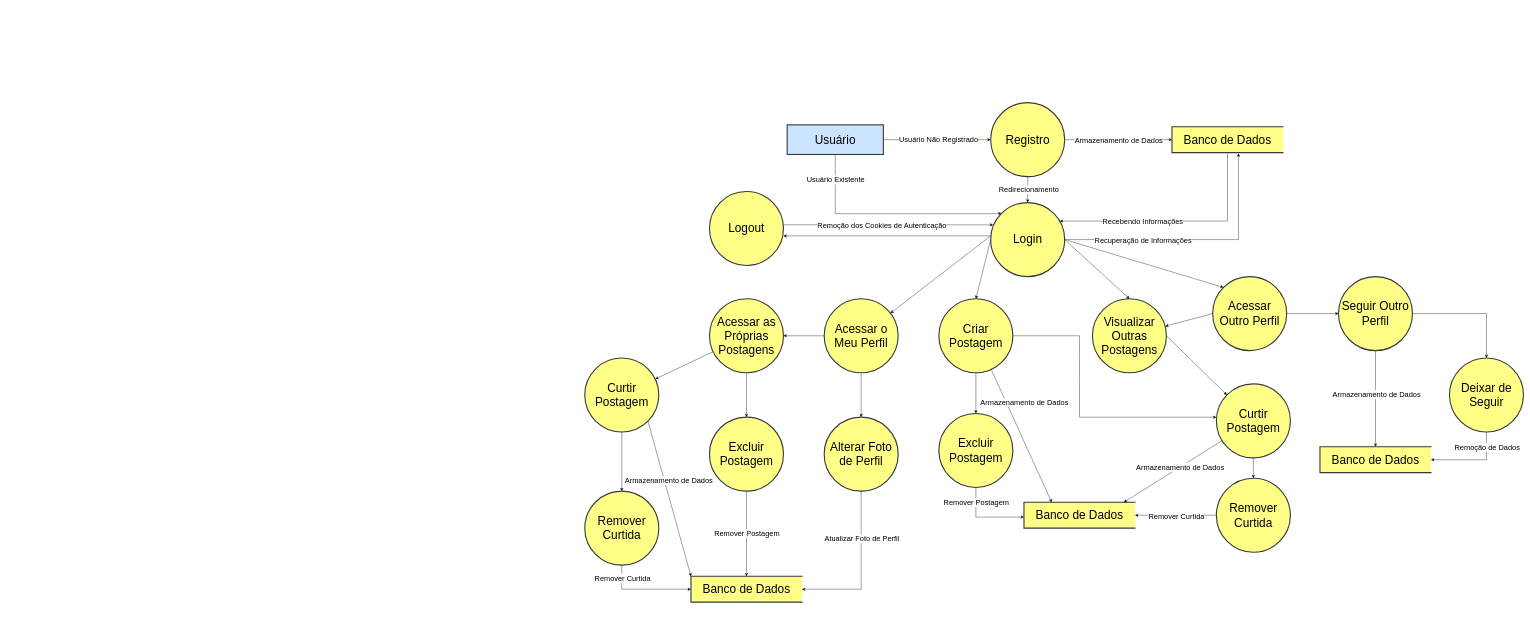
Earlier version of the draw.io diagram misc/diagramas/Diagrama de Fluxo de Dados.drawio (VerbalThree/OpenVoice). Source tidied: cells renumbered, new cells numbered last; positions are measured from the earlier drawing's top-left corner, leaving out a move shared by most shapes. Both pictures are drawn from the tidied source at 37%, with x=0, y=0 at pixel (6, 6).
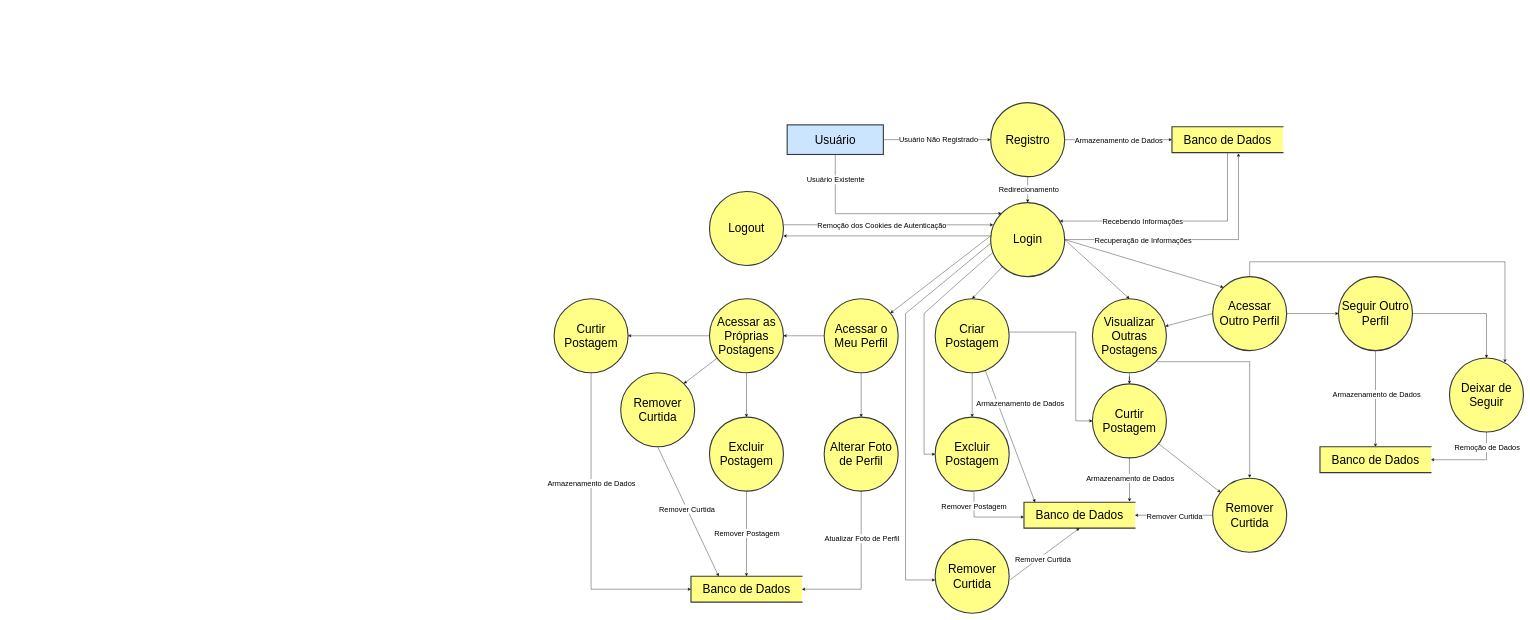
Above is the later version.

Unchanged cells that the change refers to:
```xml
<mxCell id="18" value="&lt;font style=&quot;font-size: 32px;&quot;&gt;Login&lt;br&gt;&lt;/font&gt;" style="ellipse;whiteSpace=wrap;html=1;strokeWidth=3;fillColor=#ffff88;strokeColor=#36393d;" parent="1" vertex="1">
  <mxGeometry x="2660" y="530" width="200" height="200" as="geometry" />
</mxCell>
<mxCell id="21" value="&lt;font style=&quot;font-size: 32px;&quot;&gt;Visualizar Outras Postagens &lt;br&gt;&lt;/font&gt;" style="ellipse;whiteSpace=wrap;html=1;strokeWidth=3;fillColor=#ffff88;strokeColor=#36393d;" parent="1" vertex="1">
  <mxGeometry x="2935" y="790" width="200" height="200" as="geometry" />
</mxCell>
<mxCell id="28" value="&lt;font style=&quot;font-size: 32px;&quot;&gt;Banco de Dados&lt;br&gt;&lt;/font&gt;" style="html=1;dashed=0;whiteSpace=wrap;shape=partialRectangle;right=0;strokeWidth=3;fillColor=#ffff88;strokeColor=#36393d;" parent="1" vertex="1">
  <mxGeometry x="2750" y="1340" width="300" height="70" as="geometry" />
</mxCell>
<mxCell id="40" value="&lt;font style=&quot;font-size: 32px;&quot;&gt;Acessar Outro Perfil&lt;br&gt;&lt;/font&gt;" style="ellipse;whiteSpace=wrap;html=1;strokeWidth=3;fillColor=#ffff88;strokeColor=#36393d;" parent="1" vertex="1">
  <mxGeometry x="3260" y="730" width="200" height="200" as="geometry" />
</mxCell>
<mxCell id="46" value="&lt;font style=&quot;font-size: 32px;&quot;&gt;Deixar de Seguir&lt;br&gt;&lt;/font&gt;" style="ellipse;whiteSpace=wrap;html=1;strokeWidth=3;fillColor=#ffff88;strokeColor=#36393d;" parent="1" vertex="1">
  <mxGeometry x="3900" y="950" width="200" height="200" as="geometry" />
</mxCell>
<mxCell id="56" value="&lt;font style=&quot;font-size: 32px;&quot;&gt;Acessar&lt;/font&gt;&lt;font style=&quot;font-size: 32px;&quot;&gt; as Próprias Postagens&lt;br&gt;&lt;/font&gt;" style="ellipse;whiteSpace=wrap;html=1;strokeWidth=3;fillColor=#ffff88;strokeColor=#36393d;" parent="1" vertex="1">
  <mxGeometry x="1900" y="790" width="200" height="200" as="geometry" />
</mxCell>
<mxCell id="57" value="&lt;font style=&quot;font-size: 32px;&quot;&gt;Banco de Dados&lt;br&gt;&lt;/font&gt;" style="html=1;dashed=0;whiteSpace=wrap;shape=partialRectangle;right=0;strokeWidth=3;fillColor=#ffff88;strokeColor=#36393d;" parent="1" vertex="1">
  <mxGeometry x="1850" y="1540" width="300" height="70" as="geometry" />
</mxCell>
```

Diff of the diagram source:
```diff
@@
-    <mxCell id="19" style="edgeStyle=orthogonalEdgeStyle;rounded=0;jettySize=auto;html=1;entryX=0.5;entryY=0;entryDx=0;entryDy=0;" parent="1" edge="1" source="20" target="22">
+    <mxCell id="19" style="edgeStyle=orthogonalEdgeStyle;rounded=0;jettySize=auto;html=1;" parent="1" edge="1" source="20" target="22">
       <mxGeometry relative="1" as="geometry" />
     </mxCell>
     <mxCell id="20" value="&lt;font style=&quot;font-size: 32px;&quot;&gt;Criar Postagem&lt;br&gt;&lt;/font&gt;" style="ellipse;whiteSpace=wrap;html=1;strokeWidth=3;fillColor=#ffff88;strokeColor=#36393d;" parent="1" vertex="1">
-      <mxGeometry x="2520" y="790" width="200" height="200" as="geometry" />
+      <mxGeometry x="2510" y="790" width="200" height="200" as="geometry" />
     </mxCell>
+    <mxCell id="35" style="edgeStyle=orthogonalEdgeStyle;rounded=0;jettySize=auto;html=1;entryX=0.5;entryY=0;entryDx=0;entryDy=0;" parent="1" edge="1" source="21" target="24">
+      <mxGeometry relative="1" as="geometry" />
+    </mxCell>
@@
-    <mxCell id="22" value="&lt;font style=&quot;font-size: 32px;&quot;&gt;Excluir Postagem&lt;br&gt;&lt;/font&gt;" style="ellipse;whiteSpace=wrap;html=1;strokeWidth=3;fillColor=#ffff88;strokeColor=#36393d;" parent="1" vertex="1">
-      <mxGeometry x="2520" y="1100" width="200" height="200" as="geometry" />
-    </mxCell>
-    <mxCell id="23" style="edgeStyle=orthogonalEdgeStyle;rounded=0;jettySize=auto;html=1;entryX=0.5;entryY=0;entryDx=0;entryDy=0;" parent="1" edge="1" source="24" target="27">
-      <mxGeometry relative="1" as="geometry" />
-    </mxCell>
     <mxCell id="24" value="&lt;font style=&quot;font-size: 32px;&quot;&gt;Curtir Postagem&lt;br&gt;&lt;/font&gt;" style="ellipse;whiteSpace=wrap;html=1;strokeWidth=3;fillColor=#ffff88;strokeColor=#36393d;" parent="1" vertex="1">
-      <mxGeometry x="3270" y="1020" width="200" height="200" as="geometry" />
+      <mxGeometry x="2935" y="1020" width="200" height="200" as="geometry" />
     </mxCell>
@@
     <mxCell id="27" value="&lt;font style=&quot;font-size: 32px;&quot;&gt;Remover Curtida&lt;br&gt;&lt;/font&gt;" style="ellipse;whiteSpace=wrap;html=1;strokeWidth=3;fillColor=#ffff88;strokeColor=#36393d;" parent="1" vertex="1">
-      <mxGeometry x="3270" y="1275" width="200" height="200" as="geometry" />
+      <mxGeometry x="3260" y="1275" width="200" height="200" as="geometry" />
     </mxCell>
@@
-    <mxCell id="29" style="endArrow=classic;html=1;rounded=0;exitX=0;exitY=0.5;exitDx=0;exitDy=0;entryX=0.5;entryY=0;entryDx=0;entryDy=0;" parent="1" edge="1" source="18" target="20">
-      <mxGeometry relative="1" as="geometry" />
-    </mxCell>
-    <mxCell id="30" style="endArrow=classic;html=1;rounded=0;exitX=0.5;exitY=1;exitDx=0;exitDy=0;entryX=0;entryY=0.571;entryDx=0;entryDy=0;entryPerimeter=0;" parent="1" edge="1" source="22" target="28">
-      <mxGeometry relative="1" as="geometry">
-        <Array as="points">
-          <mxPoint x="2620" y="1380" />
-          <mxPoint x="2660" y="1380" />
-        </Array>
-      </mxGeometry>
-    </mxCell>
-    <mxCell id="31" value="&lt;font style=&quot;font-size: 20px;&quot;&gt;Remover Postagem&lt;/font&gt;" style="edgeLabel;html=1;align=center;verticalAlign=middle;" parent="30" vertex="1">
-      <mxGeometry x="-0.74" relative="1" as="geometry">
-        <mxPoint y="12" as="offset" />
-      </mxGeometry>
-    </mxCell>
-    <mxCell id="32" style="endArrow=classic;html=1;rounded=0;entryX=0.25;entryY=0;entryDx=0;entryDy=0;" parent="1" edge="1" source="20" target="28">
+    <mxCell id="32" style="endArrow=classic;html=1;rounded=0;entryX=0.1;entryY=0;entryDx=0;entryDy=0;entryPerimeter=0;" parent="1" edge="1" source="20" target="28">
       <mxGeometry relative="1" as="geometry" />
     </mxCell>
     <mxCell id="33" value="&lt;font style=&quot;font-size: 20px;&quot;&gt;Armazenamento de Dados&lt;br&gt;&lt;/font&gt;" style="edgeLabel;html=1;align=center;verticalAlign=middle;" parent="32" vertex="1">
       <mxGeometry x="-0.34" y="1" relative="1" as="geometry">
-        <mxPoint x="34" y="-29" as="offset" />
+        <mxPoint x="49" y="-29" as="offset" />
       </mxGeometry>
     </mxCell>
@@
-    <mxCell id="35" style="endArrow=classic;html=1;rounded=0;exitX=1;exitY=0.5;exitDx=0;exitDy=0;startArrow=none;startFill=0;endFill=1;" parent="1" edge="1" source="21" target="24">
-      <mxGeometry relative="1" as="geometry" />
-    </mxCell>
-    <mxCell id="36" style="endArrow=classic;html=1;rounded=0;exitX=1;exitY=0.5;exitDx=0;exitDy=0;entryX=0;entryY=0.45;entryDx=0;entryDy=0;entryPerimeter=0;endFill=1;" parent="1" edge="1" source="20" target="24">
-      <mxGeometry relative="1" as="geometry">
-        <Array as="points">
-          <mxPoint x="2900" y="890" />
-          <mxPoint x="2900" y="950" />
-          <mxPoint x="2900" y="1010" />
-          <mxPoint x="2900" y="1110" />
-        </Array>
-      </mxGeometry>
-    </mxCell>
-    <mxCell id="37" style="endArrow=none;html=1;rounded=0;exitX=0.9;exitY=0;exitDx=0;exitDy=0;exitPerimeter=0;startArrow=classic;startFill=1;" parent="1" edge="1" source="28" target="24">
-      <mxGeometry relative="1" as="geometry" />
-    </mxCell>
-    <mxCell id="38" value="&lt;font style=&quot;font-size: 20px;&quot;&gt;Armazenamento de Dados&lt;br&gt;&lt;/font&gt;" style="edgeLabel;html=1;align=center;verticalAlign=middle;" parent="37" vertex="1">
-      <mxGeometry x="0.14" relative="1" as="geometry" />
-    </mxCell>
@@
-    <mxCell id="59" style="edgeStyle=orthogonalEdgeStyle;rounded=0;jettySize=auto;html=1;entryX=0.5;entryY=0;entryDx=0;entryDy=0;" parent="1" edge="1" source="60" target="61">
-      <mxGeometry relative="1" as="geometry" />
-    </mxCell>
     <mxCell id="60" value="&lt;font style=&quot;font-size: 32px;&quot;&gt;Curtir Postagem&lt;br&gt;&lt;/font&gt;" style="ellipse;whiteSpace=wrap;html=1;strokeWidth=3;fillColor=#ffff88;strokeColor=#36393d;" parent="1" vertex="1">
-      <mxGeometry x="1563" y="950" width="200" height="200" as="geometry" />
+      <mxGeometry x="1480" y="790" width="200" height="200" as="geometry" />
     </mxCell>
     <mxCell id="61" value="&lt;font style=&quot;font-size: 32px;&quot;&gt;Remover Curtida&lt;br&gt;&lt;/font&gt;" style="ellipse;whiteSpace=wrap;html=1;strokeWidth=3;fillColor=#ffff88;strokeColor=#36393d;" parent="1" vertex="1">
-      <mxGeometry x="1563" y="1310" width="200" height="200" as="geometry" />
+      <mxGeometry x="1660" y="990" width="200" height="200" as="geometry" />
     </mxCell>
@@
-    <mxCell id="69" style="endArrow=none;html=1;rounded=0;entryX=1;entryY=1;entryDx=0;entryDy=0;exitX=0;exitY=0;exitDx=0;exitDy=0;startArrow=classic;startFill=1;" parent="1" edge="1" source="57" target="60">
-      <mxGeometry relative="1" as="geometry" />
-    </mxCell>
-    <mxCell id="70" value="&lt;font style=&quot;font-size: 20px;&quot;&gt;Armazenamento de Dados&lt;br&gt;&lt;/font&gt;" style="edgeLabel;html=1;align=center;verticalAlign=middle;" parent="69" vertex="1">
-      <mxGeometry x="0.24" y="4" relative="1" as="geometry">
-        <mxPoint x="16" as="offset" />
-      </mxGeometry>
-    </mxCell>
-    <mxCell id="71" style="endArrow=none;html=1;rounded=0;entryX=0.5;entryY=1;entryDx=0;entryDy=0;exitX=0;exitY=0.5;exitDx=0;exitDy=0;startArrow=classic;startFill=1;" parent="1" edge="1" source="57" target="61">
-      <mxGeometry relative="1" as="geometry">
-        <Array as="points">
-          <mxPoint x="1663" y="1575" />
-        </Array>
-      </mxGeometry>
-    </mxCell>
-    <mxCell id="72" value="&lt;font style=&quot;font-size: 20px;&quot;&gt;Remover Curtida&lt;br&gt;&lt;/font&gt;" style="edgeLabel;html=1;align=center;verticalAlign=middle;" parent="71" vertex="1">
-      <mxGeometry x="0.73" y="-1" relative="1" as="geometry" />
-    </mxCell>
@@
+    <mxCell id="77" style="endArrow=classic;html=1;rounded=0;entryX=1;entryY=0;entryDx=0;entryDy=0;" parent="1" edge="1" source="56" target="61">
+      <mxGeometry relative="1" as="geometry" />
+    </mxCell>
+    <mxCell id="69" style="endArrow=none;html=1;rounded=0;entryX=0.5;entryY=1;entryDx=0;entryDy=0;exitX=0;exitY=0.5;exitDx=0;exitDy=0;endFill=0;startArrow=classic;startFill=1;" parent="1" edge="1" source="57" target="60">
+      <mxGeometry relative="1" as="geometry">
+        <Array as="points">
+          <mxPoint x="1580" y="1575" />
+        </Array>
+      </mxGeometry>
+    </mxCell>
+    <mxCell id="78" value="&lt;font style=&quot;font-size: 20px;&quot;&gt;Armazenamento de Dados&lt;br&gt;&lt;/font&gt;" style="edgeLabel;html=1;align=center;verticalAlign=middle;" parent="69" vertex="1">
+      <mxGeometry x="0.3" relative="1" as="geometry">
+        <mxPoint y="-1" as="offset" />
+      </mxGeometry>
+    </mxCell>
+    <mxCell id="71" style="endArrow=none;html=1;rounded=0;entryX=0.5;entryY=1;entryDx=0;entryDy=0;exitX=0.25;exitY=0;exitDx=0;exitDy=0;endFill=0;startArrow=classic;startFill=1;" parent="1" edge="1" source="57" target="61">
+      <mxGeometry relative="1" as="geometry" />
+    </mxCell>
+    <mxCell id="79" value="&lt;font style=&quot;font-size: 20px;&quot;&gt;Remover Curtida&lt;br&gt;&lt;/font&gt;" style="edgeLabel;html=1;align=center;verticalAlign=middle;" parent="71" vertex="1">
+      <mxGeometry x="0.05" relative="1" as="geometry">
+        <mxPoint y="1" as="offset" />
+      </mxGeometry>
+    </mxCell>
+    <mxCell id="29" style="endArrow=classic;html=1;rounded=0;entryX=0.5;entryY=0;entryDx=0;entryDy=0;" parent="1" edge="1" source="18" target="20">
+      <mxGeometry relative="1" as="geometry" />
+    </mxCell>
+    <mxCell id="22" value="&lt;font style=&quot;font-size: 32px;&quot;&gt;Excluir Postagem&lt;br&gt;&lt;/font&gt;" style="ellipse;whiteSpace=wrap;html=1;strokeWidth=3;fillColor=#ffff88;strokeColor=#36393d;" parent="1" vertex="1">
+      <mxGeometry x="2510" y="1110" width="200" height="200" as="geometry" />
+    </mxCell>
+    <mxCell id="30" style="endArrow=classic;html=1;rounded=0;entryX=0;entryY=0.571;entryDx=0;entryDy=0;entryPerimeter=0;exitX=0.524;exitY=1.014;exitDx=0;exitDy=0;exitPerimeter=0;" parent="1" edge="1" source="22" target="28">
+      <mxGeometry relative="1" as="geometry">
+        <Array as="points">
+          <mxPoint x="2615" y="1380" />
+        </Array>
+      </mxGeometry>
+    </mxCell>
+    <mxCell id="31" value="&lt;font style=&quot;font-size: 20px;&quot;&gt;Remover Postagem&lt;br&gt;&lt;/font&gt;" style="edgeLabel;html=1;align=center;verticalAlign=middle;" parent="30" vertex="1">
+      <mxGeometry x="-0.63" relative="1" as="geometry" />
+    </mxCell>
+    <mxCell id="36" style="endArrow=classic;html=1;rounded=0;exitX=1;exitY=0.45;exitDx=0;exitDy=0;exitPerimeter=0;entryX=0;entryY=0.5;entryDx=0;entryDy=0;" parent="1" edge="1" source="20" target="24">
+      <mxGeometry relative="1" as="geometry">
+        <Array as="points">
+          <mxPoint x="2890" y="880" />
+          <mxPoint x="2890" y="1120" />
+        </Array>
+      </mxGeometry>
+    </mxCell>
+    <mxCell id="80" style="edgeStyle=orthogonalEdgeStyle;rounded=0;jettySize=auto;html=1;entryX=0.951;entryY=-0.028;entryDx=0;entryDy=0;entryPerimeter=0;" parent="1" edge="1" source="24" target="28">
+      <mxGeometry relative="1" as="geometry" />
+    </mxCell>
+    <mxCell id="81" value="&lt;font style=&quot;font-size: 20px;&quot;&gt;Armazenamento de Dados&lt;br&gt;&lt;/font&gt;" style="edgeLabel;html=1;align=center;verticalAlign=middle;" parent="80" vertex="1">
+      <mxGeometry x="-0.1" y="1" relative="1" as="geometry">
+        <mxPoint y="1" as="offset" />
+      </mxGeometry>
+    </mxCell>
+    <mxCell id="23" style="endArrow=classic;html=1;rounded=0;" parent="1" edge="1" source="24" target="27">
+      <mxGeometry relative="1" as="geometry" />
+    </mxCell>
+    <mxCell id="82" style="endArrow=classic;html=1;rounded=0;exitX=0.875;exitY=0.85;exitDx=0;exitDy=0;exitPerimeter=0;entryX=0.5;entryY=-0.007;entryDx=0;entryDy=0;entryPerimeter=0;" parent="1" edge="1" source="21" target="27">
+      <mxGeometry relative="1" as="geometry">
+        <Array as="points">
+          <mxPoint x="3360" y="960" />
+        </Array>
+      </mxGeometry>
+    </mxCell>
+    <mxCell id="83" style="endArrow=none;html=1;rounded=0;exitX=0;exitY=0.5;exitDx=0;exitDy=0;startArrow=classic;startFill=1;entryX=0.027;entryY=0.677;entryDx=0;entryDy=0;entryPerimeter=0;" parent="1" edge="1" source="22" target="18">
+      <mxGeometry relative="1" as="geometry">
+        <Array as="points">
+          <mxPoint x="2480" y="1210" />
+          <mxPoint x="2480" y="830" />
+          <mxPoint x="2580" y="740" />
+          <mxPoint x="2660" y="670" />
+        </Array>
+      </mxGeometry>
+    </mxCell>
+    <mxCell id="84" value="&lt;font style=&quot;font-size: 32px;&quot;&gt;Remover Curtida&lt;br&gt;&lt;/font&gt;" style="ellipse;whiteSpace=wrap;html=1;strokeWidth=3;fillColor=#ffff88;strokeColor=#36393d;" parent="1" vertex="1">
+      <mxGeometry x="2510" y="1440" width="200" height="200" as="geometry" />
+    </mxCell>
+    <mxCell id="85" style="endArrow=none;html=1;rounded=0;entryX=0;entryY=0.55;entryDx=0;entryDy=0;entryPerimeter=0;exitX=0;exitY=0.55;exitDx=0;exitDy=0;exitPerimeter=0;startArrow=classic;startFill=1;" parent="1" edge="1" source="84" target="18">
+      <mxGeometry relative="1" as="geometry">
+        <Array as="points">
+          <mxPoint x="2430" y="1550" />
+          <mxPoint x="2430" y="830" />
+        </Array>
+      </mxGeometry>
+    </mxCell>
+    <mxCell id="86" style="endArrow=classic;html=1;rounded=0;exitX=1.015;exitY=0.546;exitDx=0;exitDy=0;exitPerimeter=0;entryX=0.5;entryY=1;entryDx=0;entryDy=0;" parent="1" edge="1" source="84" target="28">
+      <mxGeometry relative="1" as="geometry" />
+    </mxCell>
+    <mxCell id="87" value="&lt;font style=&quot;font-size: 20px;&quot;&gt;Remover Curtida&lt;br&gt;&lt;/font&gt;" style="edgeLabel;html=1;align=center;verticalAlign=middle;" parent="86" vertex="1">
+      <mxGeometry x="-0.2" y="1" relative="1" as="geometry">
+        <mxPoint x="13" as="offset" />
+      </mxGeometry>
+    </mxCell>
+    <mxCell id="88" style="endArrow=classic;html=1;rounded=0;exitX=0.5;exitY=0;exitDx=0;exitDy=0;entryX=0.75;entryY=0.061;entryDx=0;entryDy=0;entryPerimeter=0;endFill=1;" parent="1" edge="1" source="40" target="46">
+      <mxGeometry relative="1" as="geometry">
+        <Array as="points">
+          <mxPoint x="3360" y="690" />
+          <mxPoint x="4050" y="690" />
+        </Array>
+      </mxGeometry>
+    </mxCell>
```
